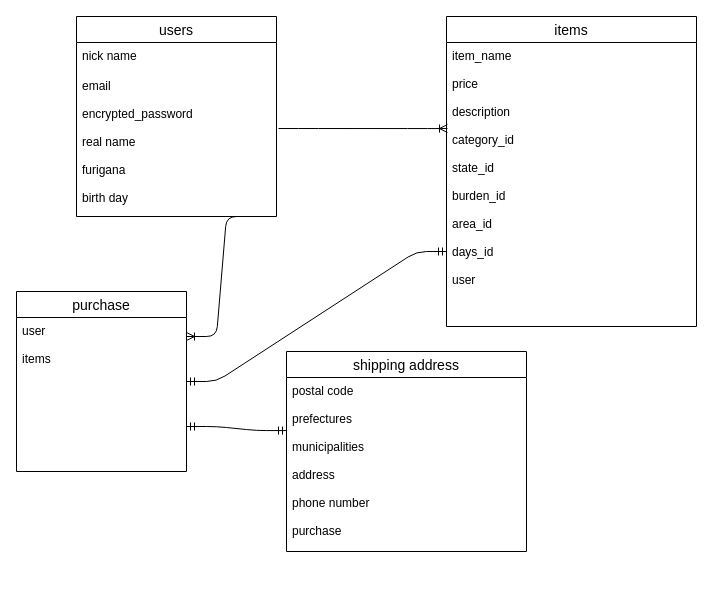
The draw.io diagram ER.dio in umedayuuki/furima-31511, before the edit. Source tidied: cells renumbered, new cells numbered last; positions are measured from the earlier drawing's top-left corner, leaving out a move shared by most shapes. Both pictures are drawn from the tidied source at 100%, with x=0, y=0 at pixel (16, 16).
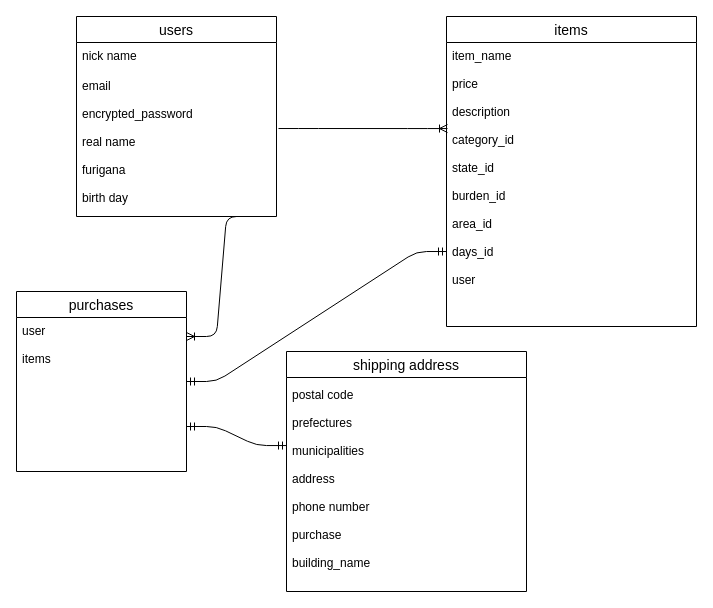
Above is the later version.

Commit message:
ER図の内容修正

What changed in the source:
```diff
@@
 <mxGraphModel>
   <root>
     <mxCell id="0" />
     <mxCell id="1" parent="0" />
     <mxCell id="2" value="users" style="swimlane;fontStyle=0;horizontal=1;startSize=26;align=center;fontSize=14;shadow=0;" parent="1" vertex="1">
       <mxGeometry x="60" width="200" height="200" as="geometry" />
     </mxCell>
     <mxCell id="3" value="nick name" style="text;strokeColor=none;fillColor=none;spacingLeft=4;spacingRight=4;overflow=hidden;fontSize=12;" parent="2" vertex="1">
       <mxGeometry y="26" width="200" height="30" as="geometry" />
     </mxCell>
     <mxCell id="4" value="email&#10;&#10;encrypted_password&#10;&#10;real name&#10;&#10;furigana&#10;&#10;birth day" style="text;strokeColor=none;fillColor=none;spacingLeft=4;spacingRight=4;overflow=hidden;points=[[0,0.5],[1,0.5]];portConstraint=eastwest;fontSize=12;" parent="2" vertex="1">
       <mxGeometry y="56" width="200" height="144" as="geometry" />
     </mxCell>
     <mxCell id="5" value="items" style="swimlane;fontStyle=0;horizontal=1;startSize=26;align=center;fontSize=14;shadow=0;" parent="1" vertex="1">
       <mxGeometry x="430" width="250" height="310" as="geometry" />
     </mxCell>
     <mxCell id="6" value="item_name&#10;&#10;price&#10;&#10;description&#10;&#10;category_id&#10;&#10;state_id&#10;&#10;burden_id&#10;&#10;area_id&#10;&#10;days_id&#10;&#10;user" style="text;strokeColor=none;fillColor=none;spacingLeft=4;spacingRight=4;overflow=hidden;points=[[0,0.5],[1,0.5]];portConstraint=eastwest;fontSize=12;" parent="5" vertex="1">
       <mxGeometry y="26" width="250" height="284" as="geometry" />
     </mxCell>
-    <mxCell id="7" value="purchase" style="swimlane;fontStyle=0;horizontal=1;startSize=26;align=center;fontSize=14;shadow=0;" parent="1" vertex="1">
+    <mxCell id="7" value="purchases" style="swimlane;fontStyle=0;horizontal=1;startSize=26;align=center;fontSize=14;shadow=0;" parent="1" vertex="1">
       <mxGeometry y="275" width="170" height="180" as="geometry" />
     </mxCell>
     <mxCell id="8" value="shipping address" style="swimlane;fontStyle=0;horizontal=1;startSize=26;align=center;fontSize=14;shadow=0;" parent="1" vertex="1">
-      <mxGeometry x="270" y="335" width="240" height="200" as="geometry" />
+      <mxGeometry x="270" y="335" width="240" height="240" as="geometry" />
     </mxCell>
-    <mxCell id="9" value="postal code&#10;&#10;prefectures&#10;&#10;municipalities&#10;&#10;address&#10;&#10;phone number&#10;&#10;purchase" style="text;strokeColor=none;fillColor=none;spacingLeft=4;spacingRight=4;overflow=hidden;points=[[0,0.5],[1,0.5]];portConstraint=eastwest;fontSize=12;" parent="8" vertex="1">
-      <mxGeometry y="26" width="240" height="174" as="geometry" />
-    </mxCell>
     <mxCell id="10" style="edgeStyle=entityRelationEdgeStyle;fontSize=12;html=1;endArrow=ERoneToMany;exitX=1.01;exitY=0.389;exitDx=0;exitDy=0;exitPerimeter=0;entryX=0.004;entryY=0.303;entryDx=0;entryDy=0;entryPerimeter=0;" parent="1" edge="1" source="4" target="6">
       <mxGeometry relative="1" as="geometry" />
     </mxCell>
     <mxCell id="11" style="edgeStyle=entityRelationEdgeStyle;fontSize=12;html=1;endArrow=ERoneToMany;entryX=1;entryY=0.25;entryDx=0;entryDy=0;exitX=0.9;exitY=1;exitDx=0;exitDy=0;exitPerimeter=0;" parent="1" edge="1" source="4" target="7">
       <mxGeometry relative="1" as="geometry" />
     </mxCell>
     <mxCell id="12" style="edgeStyle=entityRelationEdgeStyle;fontSize=12;html=1;endArrow=ERmandOne;startArrow=ERmandOne;exitX=1;exitY=0.5;exitDx=0;exitDy=0;entryX=0;entryY=0.736;entryDx=0;entryDy=0;entryPerimeter=0;" parent="1" edge="1" source="7" target="6">
       <mxGeometry relative="1" as="geometry" />
     </mxCell>
     <mxCell id="13" style="edgeStyle=entityRelationEdgeStyle;fontSize=12;html=1;endArrow=ERmandOne;startArrow=ERmandOne;exitX=1;exitY=0.75;exitDx=0;exitDy=0;entryX=0;entryY=0.305;entryDx=0;entryDy=0;entryPerimeter=0;" parent="1" edge="1" source="7" target="9">
       <mxGeometry relative="1" as="geometry" />
     </mxCell>
     <mxCell id="14" value="user&#10;&#10;items" style="text;strokeColor=none;fillColor=none;spacingLeft=4;spacingRight=4;overflow=hidden;fontSize=12;" parent="1" vertex="1">
       <mxGeometry y="301" width="90" height="64" as="geometry" />
     </mxCell>
+    <mxCell id="9" value="postal code&#10;&#10;prefectures&#10;&#10;municipalities&#10;&#10;address&#10;&#10;phone number&#10;&#10;purchase&#10;&#10;building_name" style="text;strokeColor=none;fillColor=none;spacingLeft=4;spacingRight=4;overflow=hidden;points=[[0,0.5],[1,0.5]];portConstraint=eastwest;fontSize=12;" parent="1" vertex="1">
+      <mxGeometry x="270" y="365" width="240" height="210" as="geometry" />
+    </mxCell>
   </root>
 </mxGraphModel>
```
